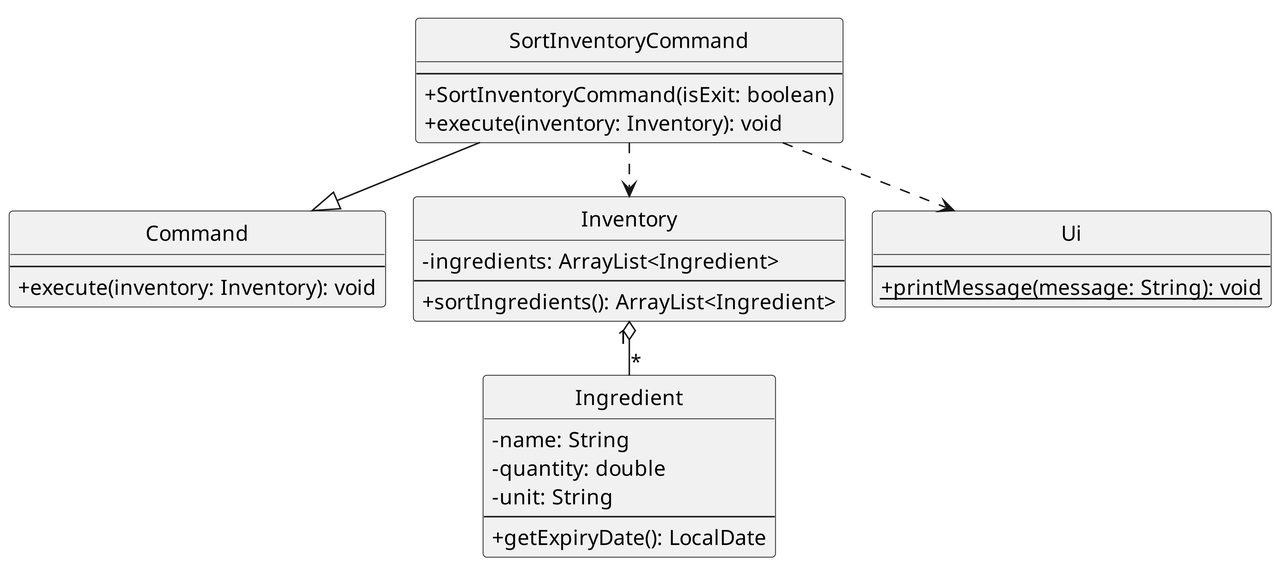
Earlier version of the PlantUML export docs/team/SortInventoryCD.png (aidan17715/tp).
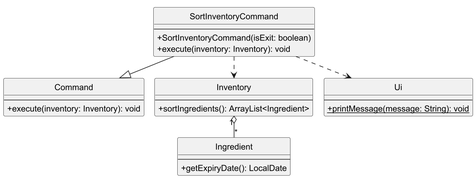
After the commit.

The edit, as a diff of the source:
```diff
@@ -16,15 +16,11 @@
 }
 
 class Inventory {
-    - ingredients: ArrayList<Ingredient>
     --
     + sortIngredients(): ArrayList<Ingredient>
 }
 
 class Ingredient {
-    - name: String
-    - quantity: double
-    - unit: String
     --
     + getExpiryDate(): LocalDate
 }
```
